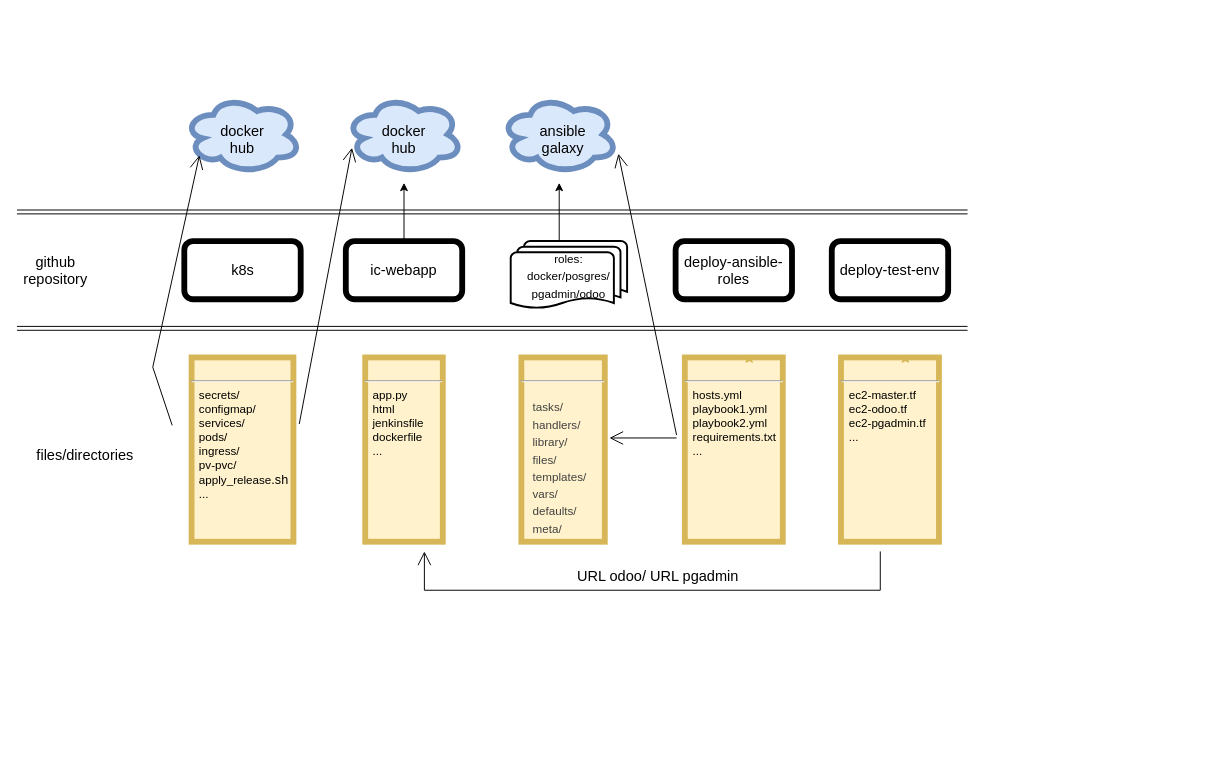
This is Untitled Diagram.drawio from Thuy9906/merlinpimpin, a draw.io file, before an edit. Source tidied: cells renumbered, new cells numbered last; positions are measured from the earlier drawing's top-left corner, leaving out a move shared by most shapes. Both pictures are drawn from the tidied source at 97%, with x=0, y=0 at pixel (16, 95). Pictures stored in the file or linked from it are replaced by grey dashed boxes.
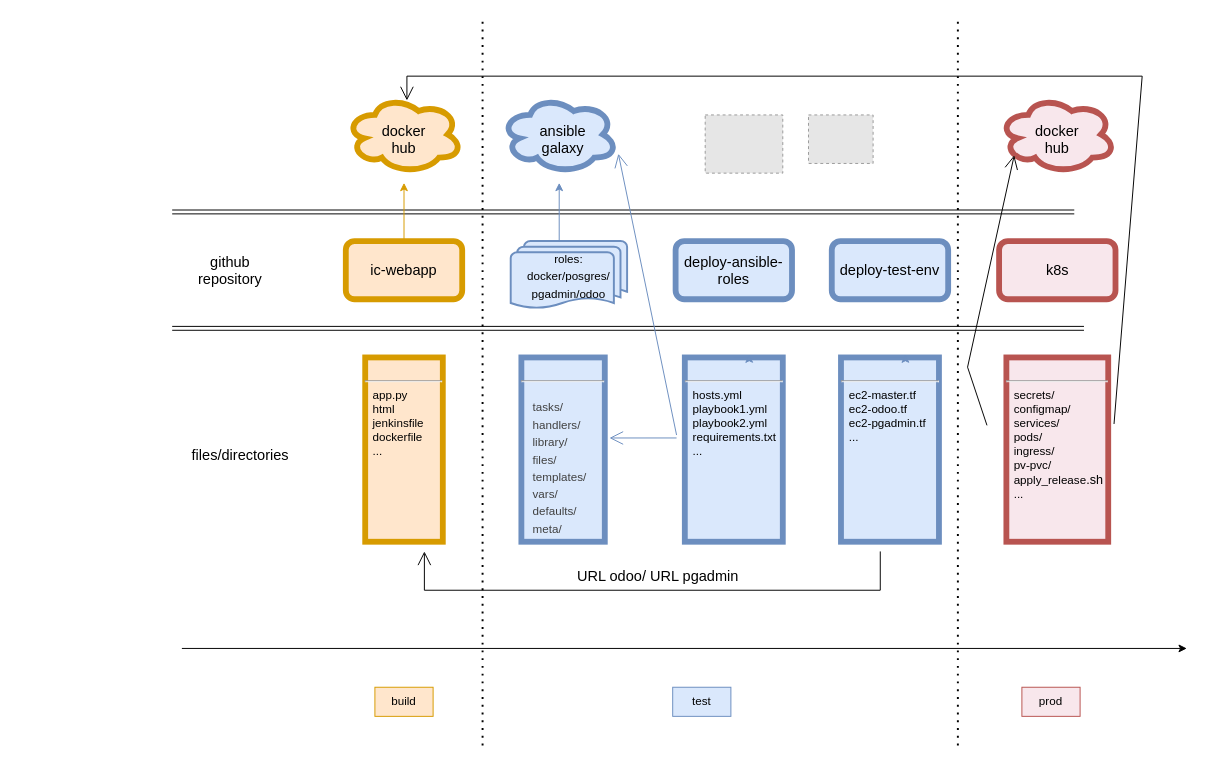
Above is the later version.

Change to the diagram source:
```diff
@@
-    <mxCell id="2" style="ellipse;shape=cloud;whiteSpace=wrap;html=1;fontSize=15;strokeWidth=6;fillColor=#dae8fc;strokeColor=#6c8ebf;" parent="1" vertex="1">
-      <mxGeometry x="172.5" width="120" height="80" as="geometry" />
+    <mxCell id="2" style="ellipse;shape=cloud;whiteSpace=wrap;html=1;fontSize=15;strokeWidth=6;fillColor=#F8E7EC;strokeColor=#b85450;" parent="1" vertex="1">
+      <mxGeometry x="1012.5" width="120" height="80" as="geometry" />
     </mxCell>
@@
-    <mxCell id="4" style="ellipse;shape=cloud;whiteSpace=wrap;html=1;fontSize=15;strokeWidth=6;fillColor=#dae8fc;strokeColor=#6c8ebf;" parent="1" vertex="1">
+    <mxCell id="4" style="ellipse;shape=cloud;whiteSpace=wrap;html=1;fontSize=15;strokeWidth=6;fillColor=#ffe6cc;strokeColor=#d79b00;" parent="1" vertex="1">
       <mxGeometry x="339" width="120" height="80" as="geometry" />
     </mxCell>
     <mxCell id="5" style="shape=link;html=1;rounded=0;" parent="1" edge="1">
       <mxGeometry relative="1" as="geometry">
-        <mxPoint y="120" as="sourcePoint" />
-        <mxPoint x="980" y="120" as="targetPoint" />
+        <mxPoint x="160" y="120" as="sourcePoint" />
+        <mxPoint x="1090" y="120" as="targetPoint" />
       </mxGeometry>
     </mxCell>
     <mxCell id="6" style="shape=link;html=1;rounded=0;" parent="1" edge="1">
       <mxGeometry relative="1" as="geometry">
-        <mxPoint y="240" as="sourcePoint" />
-        <mxPoint x="980" y="240" as="targetPoint" />
+        <mxPoint x="160" y="240" as="sourcePoint" />
+        <mxPoint x="1100" y="240" as="targetPoint" />
       </mxGeometry>
     </mxCell>
-    <mxCell id="7" value="docker hub" style="text;html=1;strokeColor=none;fillColor=none;align=center;verticalAlign=middle;whiteSpace=wrap;rounded=0;strokeWidth=6;fontSize=15;" parent="1" vertex="1">
+    <mxCell id="7" value="docker hub" style="text;html=1;align=center;verticalAlign=middle;whiteSpace=wrap;rounded=0;strokeWidth=6;fontSize=15;" parent="1" vertex="1">
       <mxGeometry x="369" y="30" width="60" height="30" as="geometry" />
     </mxCell>
-    <mxCell id="8" value="ansible galaxy" style="text;html=1;strokeColor=none;fillColor=none;align=center;verticalAlign=middle;whiteSpace=wrap;rounded=0;fontSize=15;" parent="1" vertex="1">
+    <mxCell id="8" value="ansible galaxy" style="text;html=1;align=center;verticalAlign=middle;whiteSpace=wrap;rounded=0;fontSize=15;" parent="1" vertex="1">
       <mxGeometry x="533" y="30" width="60" height="30" as="geometry" />
     </mxCell>
-    <mxCell id="9" style="edgeStyle=orthogonalEdgeStyle;rounded=0;jettySize=auto;html=1;exitX=0.5;exitY=0;exitDx=0;exitDy=0;fontSize=12;" parent="1" edge="1" source="10">
+    <mxCell id="9" style="edgeStyle=orthogonalEdgeStyle;rounded=0;jettySize=auto;html=1;exitX=0.5;exitY=0;exitDx=0;exitDy=0;fontSize=12;fillColor=#ffe6cc;strokeColor=#d79b00;" parent="1" edge="1" source="10">
       <mxGeometry relative="1" as="geometry">
         <mxPoint x="399" y="90" as="targetPoint" />
       </mxGeometry>
     </mxCell>
-    <mxCell id="10" value="ic-webapp" style="rounded=1;whiteSpace=wrap;html=1;fontSize=15;strokeWidth=6;" parent="1" vertex="1">
+    <mxCell id="10" value="ic-webapp" style="rounded=1;whiteSpace=wrap;html=1;fontSize=15;strokeWidth=6;fillColor=#ffe6cc;strokeColor=#d79b00;" parent="1" vertex="1">
       <mxGeometry x="339" y="150" width="120" height="60" as="geometry" />
     </mxCell>
-    <mxCell id="11" value="&lt;font style=&quot;font-size: 12px ; line-height: 0.9&quot;&gt;roles:&lt;br&gt;docker/posgres/&lt;br&gt;pgadmin/odoo&lt;/font&gt;" style="strokeWidth=2;html=1;shape=mxgraph.flowchart.multi-document;whiteSpace=wrap;fontSize=15;spacing=0;align=center;" parent="1" vertex="1">
+    <mxCell id="11" value="&lt;font style=&quot;font-size: 12px ; line-height: 0.9&quot;&gt;roles:&lt;br&gt;docker/posgres/&lt;br&gt;pgadmin/odoo&lt;/font&gt;" style="strokeWidth=2;html=1;shape=mxgraph.flowchart.multi-document;whiteSpace=wrap;fontSize=15;spacing=0;align=center;fillColor=#dae8fc;strokeColor=#6c8ebf;" parent="1" vertex="1">
       <mxGeometry x="509" y="150" width="120" height="70" as="geometry" />
     </mxCell>
-    <mxCell id="12" style="endArrow=classic;html=1;rounded=0;fontSize=12;" parent="1" edge="1">
+    <mxCell id="12" style="endArrow=classic;html=1;rounded=0;fontSize=12;fillColor=#dae8fc;strokeColor=#6c8ebf;" parent="1" edge="1">
       <mxGeometry relative="1" as="geometry">
         <mxPoint x="559" y="150" as="sourcePoint" />
         <mxPoint x="559" y="90" as="targetPoint" />
       </mxGeometry>
     </mxCell>
     <mxCell id="13" value="&lt;font style=&quot;font-size: 15px&quot;&gt;github repository&lt;/font&gt;" style="text;html=1;strokeColor=none;fillColor=none;align=center;verticalAlign=middle;whiteSpace=wrap;rounded=0;fontSize=12;" parent="1" vertex="1">
-      <mxGeometry x="10" y="165" width="60" height="30" as="geometry" />
+      <mxGeometry x="190" y="165" width="60" height="30" as="geometry" />
     </mxCell>
-    <mxCell id="14" value="&lt;p style=&quot;margin: 0px ; margin-top: 4px ; text-align: center ; text-decoration: underline&quot;&gt;&lt;br&gt;&lt;/p&gt;&lt;hr&gt;&lt;p style=&quot;margin: 0px ; margin-left: 8px&quot;&gt;app.py&lt;/p&gt;&lt;p style=&quot;margin: 0px ; margin-left: 8px&quot;&gt;html&lt;br&gt;&lt;/p&gt;&lt;p style=&quot;margin: 0px ; margin-left: 8px&quot;&gt;jenkinsfile&lt;/p&gt;&lt;p style=&quot;margin: 0px ; margin-left: 8px&quot;&gt;dockerfile&lt;/p&gt;&lt;p style=&quot;margin: 0px ; margin-left: 8px&quot;&gt;...&lt;/p&gt;" style="verticalAlign=top;align=left;overflow=fill;fontSize=12;fontFamily=Helvetica;html=1;strokeWidth=6;fillColor=#fff2cc;strokeColor=#d6b656;" parent="1" vertex="1">
+    <mxCell id="14" value="&lt;p style=&quot;margin: 0px ; margin-top: 4px ; text-align: center ; text-decoration: underline&quot;&gt;&lt;br&gt;&lt;/p&gt;&lt;hr&gt;&lt;p style=&quot;margin: 0px ; margin-left: 8px&quot;&gt;app.py&lt;/p&gt;&lt;p style=&quot;margin: 0px ; margin-left: 8px&quot;&gt;html&lt;br&gt;&lt;/p&gt;&lt;p style=&quot;margin: 0px ; margin-left: 8px&quot;&gt;jenkinsfile&lt;/p&gt;&lt;p style=&quot;margin: 0px ; margin-left: 8px&quot;&gt;dockerfile&lt;/p&gt;&lt;p style=&quot;margin: 0px ; margin-left: 8px&quot;&gt;...&lt;/p&gt;" style="verticalAlign=top;align=left;overflow=fill;fontSize=12;fontFamily=Helvetica;html=1;strokeWidth=6;fillColor=#ffe6cc;strokeColor=#d79b00;" parent="1" vertex="1">
       <mxGeometry x="359" y="270" width="80" height="190" as="geometry" />
     </mxCell>
-    <mxCell id="15" value="&lt;p style=&quot;margin: 0px ; margin-top: 4px ; text-align: center ; text-decoration: underline&quot;&gt;&lt;br&gt;&lt;/p&gt;&lt;hr&gt;&lt;pre style=&quot;box-sizing: border-box ; line-height: 1.4 ; margin-top: 0px ; margin-bottom: 0px ; padding: 12px ; overflow: auto ; color: rgb(64 , 64 , 64)&quot;&gt;&lt;font face=&quot;Helvetica&quot;&gt;tasks/&lt;br&gt;handlers/&lt;br&gt;library/&lt;br&gt;files/&lt;br&gt;templates/&lt;br&gt;vars/&lt;br&gt;defaults/&lt;br&gt;meta/&lt;/font&gt;&lt;/pre&gt;" style="verticalAlign=top;align=left;overflow=fill;fontSize=12;fontFamily=Helvetica;html=1;strokeWidth=6;fillColor=#fff2cc;strokeColor=#d6b656;" parent="1" vertex="1">
+    <mxCell id="15" value="&lt;p style=&quot;margin: 0px ; margin-top: 4px ; text-align: center ; text-decoration: underline&quot;&gt;&lt;br&gt;&lt;/p&gt;&lt;hr&gt;&lt;pre style=&quot;box-sizing: border-box ; line-height: 1.4 ; margin-top: 0px ; margin-bottom: 0px ; padding: 12px ; overflow: auto ; color: rgb(64 , 64 , 64)&quot;&gt;&lt;font face=&quot;Helvetica&quot;&gt;tasks/&lt;br&gt;handlers/&lt;br&gt;library/&lt;br&gt;files/&lt;br&gt;templates/&lt;br&gt;vars/&lt;br&gt;defaults/&lt;br&gt;meta/&lt;/font&gt;&lt;/pre&gt;" style="verticalAlign=top;align=left;overflow=fill;fontSize=12;fontFamily=Helvetica;html=1;strokeWidth=6;fillColor=#dae8fc;strokeColor=#6c8ebf;" parent="1" vertex="1">
       <mxGeometry x="520" y="270" width="86" height="190" as="geometry" />
     </mxCell>
     <mxCell id="16" value="files/directories" style="text;html=1;align=center;verticalAlign=middle;strokeColor=none;fillColor=none;fontSize=15;fontFamily=Helvetica;" parent="1" vertex="1">
-      <mxGeometry x="10" y="360" width="120" height="20" as="geometry" />
+      <mxGeometry x="170" y="360" width="120" height="20" as="geometry" />
     </mxCell>
-    <mxCell id="17" value="&lt;p style=&quot;margin: 0px ; margin-top: 4px ; text-align: center ; text-decoration: underline&quot;&gt;&lt;br&gt;&lt;/p&gt;&lt;hr&gt;&lt;p style=&quot;margin: 0px ; margin-left: 8px&quot;&gt;hosts.yml&lt;/p&gt;&lt;p style=&quot;margin: 0px ; margin-left: 8px&quot;&gt;playbook1.yml&lt;br&gt;&lt;/p&gt;&lt;p style=&quot;margin: 0px ; margin-left: 8px&quot;&gt;playbook2.yml&lt;/p&gt;&lt;p style=&quot;margin: 0px ; margin-left: 8px&quot;&gt;requirements.txt&lt;/p&gt;&lt;p style=&quot;margin: 0px ; margin-left: 8px&quot;&gt;...&lt;/p&gt;" style="verticalAlign=top;align=left;overflow=fill;fontSize=12;fontFamily=Helvetica;html=1;strokeWidth=6;fillColor=#fff2cc;strokeColor=#d6b656;" parent="1" vertex="1">
+    <mxCell id="17" value="&lt;p style=&quot;margin: 0px ; margin-top: 4px ; text-align: center ; text-decoration: underline&quot;&gt;&lt;br&gt;&lt;/p&gt;&lt;hr&gt;&lt;p style=&quot;margin: 0px ; margin-left: 8px&quot;&gt;hosts.yml&lt;/p&gt;&lt;p style=&quot;margin: 0px ; margin-left: 8px&quot;&gt;playbook1.yml&lt;br&gt;&lt;/p&gt;&lt;p style=&quot;margin: 0px ; margin-left: 8px&quot;&gt;playbook2.yml&lt;/p&gt;&lt;p style=&quot;margin: 0px ; margin-left: 8px&quot;&gt;requirements.txt&lt;/p&gt;&lt;p style=&quot;margin: 0px ; margin-left: 8px&quot;&gt;...&lt;/p&gt;" style="verticalAlign=top;align=left;overflow=fill;fontSize=12;fontFamily=Helvetica;html=1;strokeWidth=6;fillColor=#dae8fc;strokeColor=#6c8ebf;" parent="1" vertex="1">
       <mxGeometry x="688.5" y="270" width="101" height="190" as="geometry" />
     </mxCell>
-    <mxCell id="18" value="deploy-ansible-roles" style="rounded=1;whiteSpace=wrap;html=1;fontSize=15;strokeWidth=6;" parent="1" vertex="1">
+    <mxCell id="18" value="deploy-ansible-roles" style="rounded=1;whiteSpace=wrap;html=1;fontSize=15;strokeWidth=6;fillColor=#dae8fc;strokeColor=#6c8ebf;" parent="1" vertex="1">
       <mxGeometry x="679" y="150" width="120" height="60" as="geometry" />
     </mxCell>
-    <mxCell id="19" style="edgeStyle=orthogonalEdgeStyle;rounded=0;orthogonalLoop=1;jettySize=auto;html=1;exitX=0.5;exitY=0;exitDx=0;exitDy=0;entryX=0.656;entryY=-0.016;entryDx=0;entryDy=0;entryPerimeter=0;fontFamily=Helvetica;fontSize=15;fillColor=#fff2cc;strokeColor=#d6b656;" parent="1" edge="1" source="17" target="17">
+    <mxCell id="19" style="edgeStyle=orthogonalEdgeStyle;rounded=0;orthogonalLoop=1;jettySize=auto;html=1;exitX=0.5;exitY=0;exitDx=0;exitDy=0;entryX=0.656;entryY=-0.016;entryDx=0;entryDy=0;entryPerimeter=0;fontFamily=Helvetica;fontSize=15;fillColor=#dae8fc;strokeColor=#6c8ebf;" parent="1" edge="1" source="17" target="17">
       <mxGeometry relative="1" as="geometry" />
     </mxCell>
-    <mxCell id="20" value="&lt;p style=&quot;margin: 0px ; margin-top: 4px ; text-align: center ; text-decoration: underline&quot;&gt;&lt;br&gt;&lt;/p&gt;&lt;hr&gt;&lt;p style=&quot;margin: 0px ; margin-left: 8px&quot;&gt;ec2-master.tf&lt;/p&gt;&lt;p style=&quot;margin: 0px ; margin-left: 8px&quot;&gt;ec2-odoo.tf&lt;br&gt;&lt;/p&gt;&lt;p style=&quot;margin: 0px ; margin-left: 8px&quot;&gt;ec2-pgadmin.tf&lt;/p&gt;&lt;p style=&quot;margin: 0px ; margin-left: 8px&quot;&gt;...&lt;/p&gt;" style="verticalAlign=top;align=left;overflow=fill;fontSize=12;fontFamily=Helvetica;html=1;strokeWidth=6;fillColor=#fff2cc;strokeColor=#d6b656;" parent="1" vertex="1">
+    <mxCell id="20" value="&lt;p style=&quot;margin: 0px ; margin-top: 4px ; text-align: center ; text-decoration: underline&quot;&gt;&lt;br&gt;&lt;/p&gt;&lt;hr&gt;&lt;p style=&quot;margin: 0px ; margin-left: 8px&quot;&gt;ec2-master.tf&lt;/p&gt;&lt;p style=&quot;margin: 0px ; margin-left: 8px&quot;&gt;ec2-odoo.tf&lt;br&gt;&lt;/p&gt;&lt;p style=&quot;margin: 0px ; margin-left: 8px&quot;&gt;ec2-pgadmin.tf&lt;/p&gt;&lt;p style=&quot;margin: 0px ; margin-left: 8px&quot;&gt;...&lt;/p&gt;" style="verticalAlign=top;align=left;overflow=fill;fontSize=12;fontFamily=Helvetica;html=1;strokeWidth=6;fillColor=#dae8fc;strokeColor=#6c8ebf;" parent="1" vertex="1">
       <mxGeometry x="849.5" y="270" width="101" height="190" as="geometry" />
     </mxCell>
-    <mxCell id="21" value="deploy-test-env" style="rounded=1;whiteSpace=wrap;html=1;fontSize=15;strokeWidth=6;" parent="1" vertex="1">
+    <mxCell id="21" value="deploy-test-env" style="rounded=1;whiteSpace=wrap;html=1;fontSize=15;strokeWidth=6;fillColor=#dae8fc;strokeColor=#6c8ebf;" parent="1" vertex="1">
       <mxGeometry x="840" y="150" width="120" height="60" as="geometry" />
     </mxCell>
-    <mxCell id="22" style="edgeStyle=orthogonalEdgeStyle;rounded=0;orthogonalLoop=1;jettySize=auto;html=1;exitX=0.5;exitY=0;exitDx=0;exitDy=0;entryX=0.656;entryY=-0.016;entryDx=0;entryDy=0;entryPerimeter=0;fontFamily=Helvetica;fontSize=15;fillColor=#fff2cc;strokeColor=#d6b656;" parent="1" edge="1" source="20" target="20">
+    <mxCell id="22" style="edgeStyle=orthogonalEdgeStyle;rounded=0;orthogonalLoop=1;jettySize=auto;html=1;exitX=0.5;exitY=0;exitDx=0;exitDy=0;entryX=0.656;entryY=-0.016;entryDx=0;entryDy=0;entryPerimeter=0;fontFamily=Helvetica;fontSize=15;fillColor=#dae8fc;strokeColor=#6c8ebf;" parent="1" edge="1" source="20" target="20">
       <mxGeometry relative="1" as="geometry" />
     </mxCell>
-    <mxCell id="23" style="endArrow=open;endFill=1;endSize=12;html=1;rounded=0;fontFamily=Helvetica;fontSize=15;entryX=1.056;entryY=0.437;entryDx=0;entryDy=0;entryPerimeter=0;" parent="1" edge="1" target="15">
+    <mxCell id="23" style="endArrow=open;endFill=1;endSize=12;html=1;rounded=0;fontFamily=Helvetica;fontSize=15;entryX=1.056;entryY=0.437;entryDx=0;entryDy=0;entryPerimeter=0;fillColor=#dae8fc;strokeColor=#6c8ebf;" parent="1" edge="1" target="15">
       <mxGeometry relative="1" as="geometry">
         <mxPoint x="680" y="353" as="sourcePoint" />
       </mxGeometry>
     </mxCell>
@@
-    <mxCell id="26" value="docker hub" style="text;html=1;strokeColor=none;fillColor=none;align=center;verticalAlign=middle;whiteSpace=wrap;rounded=0;strokeWidth=6;fontSize=15;" parent="1" vertex="1">
-      <mxGeometry x="226.2" y="30" width="12.5" height="30" as="geometry" />
+    <mxCell id="26" value="docker hub" style="text;html=1;align=center;verticalAlign=middle;whiteSpace=wrap;rounded=0;strokeWidth=6;fontSize=15;" parent="1" vertex="1">
+      <mxGeometry x="1066.2" y="30" width="12.5" height="30" as="geometry" />
     </mxCell>
-    <mxCell id="27" style="endArrow=open;endFill=1;endSize=12;html=1;rounded=0;fontFamily=Helvetica;fontSize=12;" parent="1" edge="1">
+    <mxCell id="27" style="endArrow=open;endFill=1;endSize=12;html=1;rounded=0;fontFamily=Helvetica;fontSize=12;fillColor=#dae8fc;strokeColor=#6c8ebf;" parent="1" edge="1">
       <mxGeometry relative="1" as="geometry">
         <mxPoint x="680" y="350" as="sourcePoint" />
         <mxPoint x="620" y="60" as="targetPoint" />
       </mxGeometry>
     </mxCell>
     <mxCell id="28" style="endArrow=open;endFill=1;endSize=12;html=1;rounded=0;fontFamily=Helvetica;fontSize=12;startArrow=none;entryX=0.13;entryY=0.77;entryDx=0;entryDy=0;entryPerimeter=0;" parent="1" edge="1" target="2">
       <mxGeometry relative="1" as="geometry">
-        <mxPoint x="160" y="340" as="sourcePoint" />
+        <mxPoint x="1000" y="340" as="sourcePoint" />
         <Array as="points">
-          <mxPoint x="140" y="280" />
+          <mxPoint x="980" y="280" />
         </Array>
       </mxGeometry>
     </mxCell>
-    <mxCell id="29" style="endArrow=open;endFill=1;endSize=12;html=1;rounded=0;fontFamily=Helvetica;fontSize=12;entryX=0.053;entryY=0.673;entryDx=0;entryDy=0;entryPerimeter=0;exitX=1.057;exitY=0.361;exitDx=0;exitDy=0;exitPerimeter=0;" parent="1" edge="1" source="30" target="4">
-      <mxGeometry relative="1" as="geometry" />
+    <mxCell id="29" style="endArrow=open;endFill=1;endSize=12;html=1;rounded=0;fontFamily=Helvetica;fontSize=12;entryX=0.525;entryY=0.063;entryDx=0;entryDy=0;entryPerimeter=0;exitX=1.057;exitY=0.361;exitDx=0;exitDy=0;exitPerimeter=0;" parent="1" edge="1" source="30" target="4">
+      <mxGeometry relative="1" as="geometry">
+        <Array as="points">
+          <mxPoint x="1160" y="-20" />
+          <mxPoint x="402" y="-20" />
+        </Array>
+      </mxGeometry>
     </mxCell>
-    <mxCell id="30" value="&lt;p style=&quot;margin: 0px ; margin-top: 4px ; text-align: center ; text-decoration: underline&quot;&gt;&lt;br&gt;&lt;/p&gt;&lt;hr&gt;&lt;p style=&quot;margin: 0px ; margin-left: 8px&quot;&gt;secrets/&lt;/p&gt;&lt;p style=&quot;margin: 0px ; margin-left: 8px&quot;&gt;configmap/&lt;br&gt;&lt;/p&gt;&lt;p style=&quot;margin: 0px ; margin-left: 8px&quot;&gt;services/&lt;/p&gt;&lt;p style=&quot;margin: 0px ; margin-left: 8px&quot;&gt;pods/&lt;/p&gt;&lt;p style=&quot;margin: 0px ; margin-left: 8px&quot;&gt;ingress/&lt;/p&gt;&lt;p style=&quot;margin: 0px ; margin-left: 8px&quot;&gt;pv-pvc/&lt;/p&gt;&lt;p style=&quot;margin: 0px 0px 0px 8px&quot;&gt;&lt;font style=&quot;font-size: 12px&quot;&gt;apply_release&lt;/font&gt;&lt;span style=&quot;font-size: 13px&quot;&gt;.sh&lt;/span&gt;&lt;br&gt;&lt;/p&gt;&lt;p style=&quot;margin: 0px ; margin-left: 8px&quot;&gt;...&lt;/p&gt;" style="verticalAlign=top;align=left;overflow=fill;fontSize=12;fontFamily=Helvetica;html=1;strokeWidth=6;fillColor=#fff2cc;strokeColor=#d6b656;" parent="1" vertex="1">
-      <mxGeometry x="180" y="270" width="105" height="190" as="geometry" />
+    <mxCell id="30" value="&lt;p style=&quot;margin: 0px ; margin-top: 4px ; text-align: center ; text-decoration: underline&quot;&gt;&lt;br&gt;&lt;/p&gt;&lt;hr&gt;&lt;p style=&quot;margin: 0px ; margin-left: 8px&quot;&gt;secrets/&lt;/p&gt;&lt;p style=&quot;margin: 0px ; margin-left: 8px&quot;&gt;configmap/&lt;br&gt;&lt;/p&gt;&lt;p style=&quot;margin: 0px ; margin-left: 8px&quot;&gt;services/&lt;/p&gt;&lt;p style=&quot;margin: 0px ; margin-left: 8px&quot;&gt;pods/&lt;/p&gt;&lt;p style=&quot;margin: 0px ; margin-left: 8px&quot;&gt;ingress/&lt;/p&gt;&lt;p style=&quot;margin: 0px ; margin-left: 8px&quot;&gt;pv-pvc/&lt;/p&gt;&lt;p style=&quot;margin: 0px 0px 0px 8px&quot;&gt;&lt;font style=&quot;font-size: 12px&quot;&gt;apply_release&lt;/font&gt;&lt;span style=&quot;font-size: 13px&quot;&gt;.sh&lt;/span&gt;&lt;br&gt;&lt;/p&gt;&lt;p style=&quot;margin: 0px ; margin-left: 8px&quot;&gt;...&lt;/p&gt;" style="verticalAlign=top;align=left;overflow=fill;fontSize=12;fontFamily=Helvetica;html=1;strokeWidth=6;fillColor=#F8E7EC;strokeColor=#b85450;" parent="1" vertex="1">
+      <mxGeometry x="1020" y="270" width="105" height="190" as="geometry" />
     </mxCell>
-    <mxCell id="31" value="k8s" style="rounded=1;whiteSpace=wrap;html=1;fontSize=15;strokeWidth=6;" parent="1" vertex="1">
-      <mxGeometry x="172.5" y="150" width="120" height="60" as="geometry" />
+    <mxCell id="31" value="k8s" style="rounded=1;whiteSpace=wrap;html=1;fontSize=15;strokeWidth=6;fillColor=#F8E7EC;strokeColor=#b85450;" parent="1" vertex="1">
+      <mxGeometry x="1012.5" y="150" width="120" height="60" as="geometry" />
     </mxCell>
+    <mxCell id="32" style="endArrow=classic;html=1;rounded=0;" parent="1" edge="1">
+      <mxGeometry relative="1" as="geometry">
+        <mxPoint x="170" y="570" as="sourcePoint" />
+        <mxPoint x="1206" y="570" as="targetPoint" />
+      </mxGeometry>
+    </mxCell>
+    <mxCell id="33" style="endArrow=none;dashed=1;html=1;dashPattern=1 3;strokeWidth=2;rounded=0;" parent="1" edge="1">
+      <mxGeometry relative="1" as="geometry">
+        <mxPoint x="480" y="670" as="sourcePoint" />
+        <mxPoint x="480" y="-80" as="targetPoint" />
+      </mxGeometry>
+    </mxCell>
+    <mxCell id="34" style="endArrow=none;dashed=1;html=1;dashPattern=1 3;strokeWidth=2;rounded=0;" parent="1" edge="1">
+      <mxGeometry relative="1" as="geometry">
+        <mxPoint x="970" y="670" as="sourcePoint" />
+        <mxPoint x="970" y="-80" as="targetPoint" />
+      </mxGeometry>
+    </mxCell>
+    <mxCell id="35" value="prod" style="text;html=1;strokeColor=#b85450;fillColor=#F8E7EC;align=center;verticalAlign=middle;whiteSpace=wrap;rounded=0;" parent="1" vertex="1">
+      <mxGeometry x="1036" y="610" width="60" height="30" as="geometry" />
+    </mxCell>
+    <mxCell id="36" value="test" style="text;html=1;strokeColor=#6c8ebf;fillColor=#dae8fc;align=center;verticalAlign=middle;whiteSpace=wrap;rounded=0;" parent="1" vertex="1">
+      <mxGeometry x="676" y="610" width="60" height="30" as="geometry" />
+    </mxCell>
+    <mxCell id="37" value="build" style="text;html=1;strokeColor=#d79b00;fillColor=#ffe6cc;align=center;verticalAlign=middle;whiteSpace=wrap;rounded=0;" parent="1" vertex="1">
+      <mxGeometry x="369" y="610" width="60" height="30" as="geometry" />
+    </mxCell>
+    <mxCell id="38" style="fillColor=#E6E6E6;strokeColor=#999999;dashed=1;verticalLabelPosition=bottom;verticalAlign=top;" parent="1" vertex="1">
+      <mxGeometry x="709.5" y="20" width="80" height="60" as="geometry" />
+    </mxCell>
+    <mxCell id="39" style="fillColor=#E6E6E6;strokeColor=#999999;dashed=1;verticalLabelPosition=bottom;verticalAlign=top;" parent="1" vertex="1">
+      <mxGeometry x="816" y="20" width="66.6" height="50" as="geometry" />
+    </mxCell>
```
